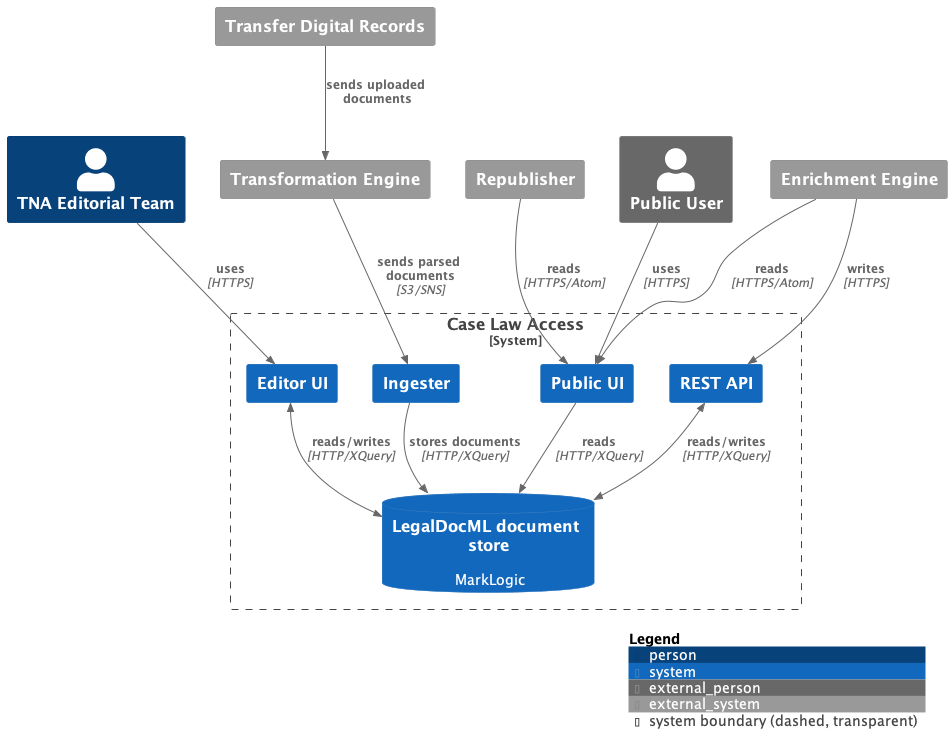
Above: out/doc/arch/System Landscape/System Landscape.png in nationalarchives/ds-find-caselaw-docs (PlantUML), before the change.
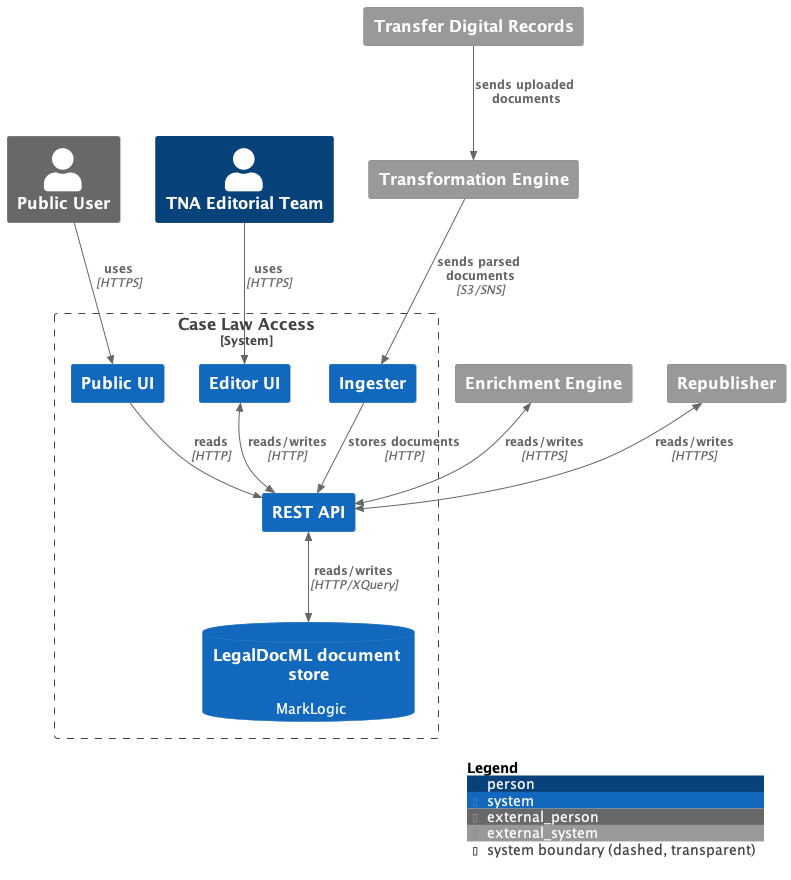
The same file after the commit.

What changed in the source:
```diff
@@ -20,13 +20,12 @@
 
 Rel(tdr, transformationEngine, "sends uploaded documents")
 Rel(transformationEngine, ingester, "sends parsed documents", "S3/SNS")
-Rel(ingester, markLogic, "stores documents", "HTTP/XQuery")
-Rel(enrichment, publicUI, "reads", "HTTPS/Atom")
-Rel(enrichment, api, "writes", "HTTPS")
-BiRel(editorUI, markLogic, "reads/writes", "HTTP/XQuery")
-Rel(publicUI, markLogic, "reads", "HTTP/XQuery")
+Rel(ingester, api, "stores documents", "HTTP")
+BiRel(enrichment, api, "reads/writes", "HTTPS")
+BiRel(editorUI, api, "reads/writes", "HTTP")
+Rel(publicUI, api, "reads", "HTTP")
 Rel(joepublic, publicUI, "uses", "HTTPS")
-Rel(republisher, publicUI, "reads", "HTTPS/Atom")
+BiRel(republisher, api, "reads/writes", "HTTPS")
 Rel(editor, editorUI, "uses", "HTTPS")
 
 !include include/display.puml
```
